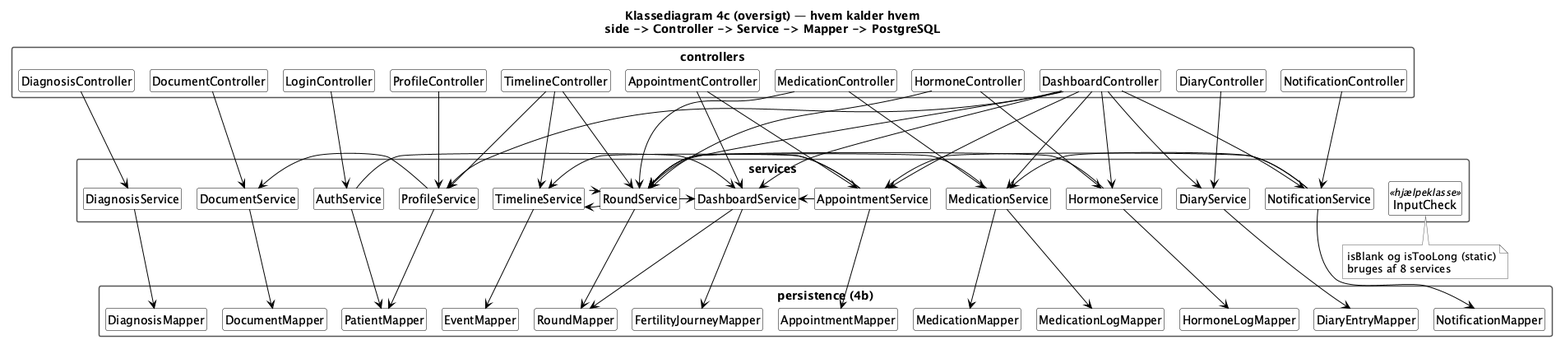
Earlier version of the PlantUML export doc/static/Klassediagram4c-oversigt.png (BesimaP/Simpl-PET-project).
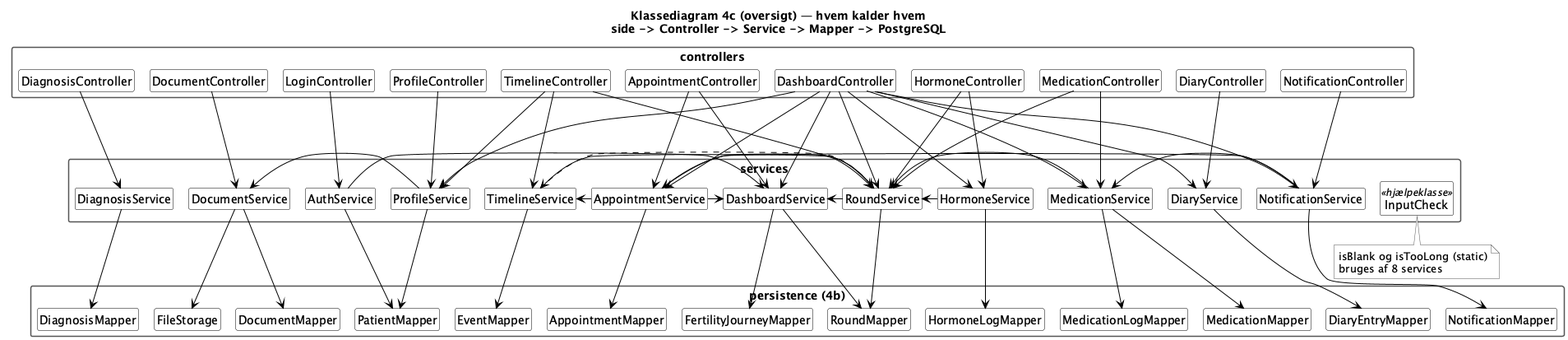
Later version of the same file.

Diff of the diagram source:
```diff
@@ -55,6 +55,7 @@
   class PatientMapper
   class DiagnosisMapper
   class DocumentMapper
+  class FileStorage
   class FertilityJourneyMapper
   class RoundMapper
   class EventMapper
@@ -107,6 +108,7 @@
 ProfileService ---> PatientMapper
 DiagnosisService ---> DiagnosisMapper
 DocumentService ---> DocumentMapper
+DocumentService ---> FileStorage
 DashboardService ---> FertilityJourneyMapper
 DashboardService ---> RoundMapper
 RoundService ---> RoundMapper
```
